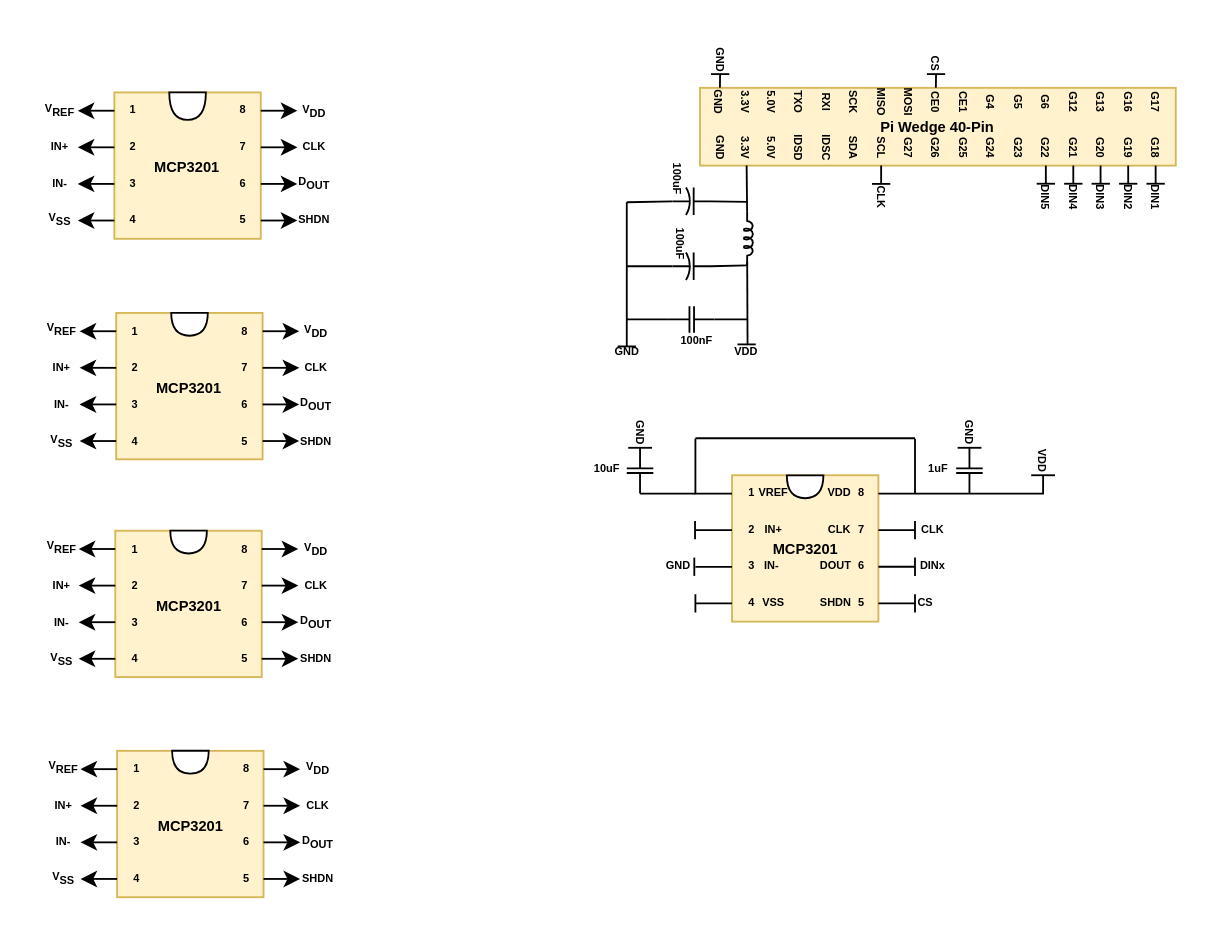
Above: Untitled Diagram.drawio in HunkyMcHunkin/TTT4280 (draw.io), before the change. Source tidied: cells renumbered, new cells numbered last; positions are measured from the earlier drawing's top-left corner, leaving out a move shared by most shapes. Both pictures are drawn from the tidied source at 183%, with x=0, y=0 at pixel (31, 49).
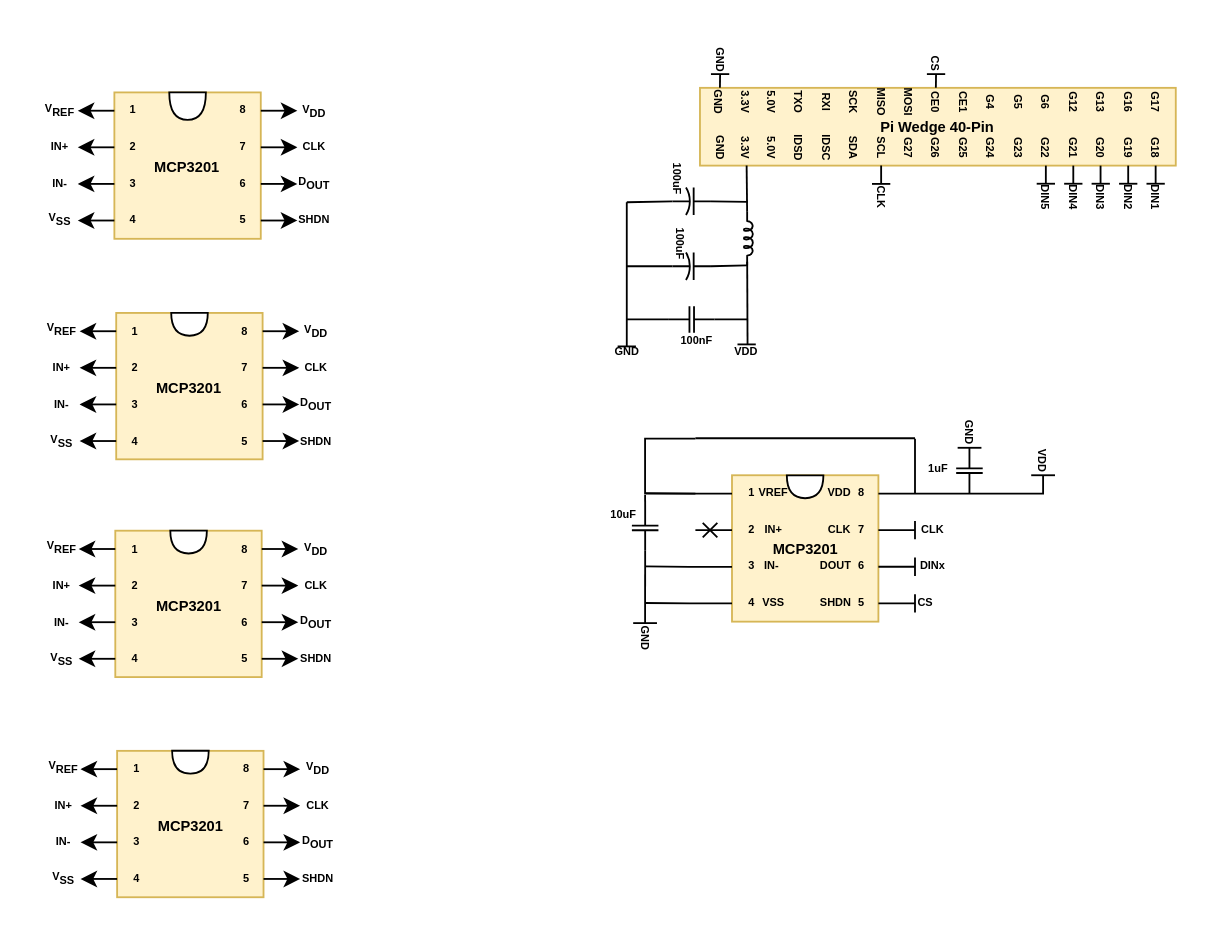
The same page after the edit.

Unchanged cells that the change refers to:
```xml
<mxCell id="198" value="&lt;b&gt;1&lt;/b&gt;" style="text;html=1;align=center;verticalAlign=middle;points=[];fontSize=6;" parent="1" vertex="1">
  <mxGeometry x="382.5" y="237.2" width="20" height="10" as="geometry" />
</mxCell>
<mxCell id="200" value="&lt;b&gt;2&lt;/b&gt;" style="text;html=1;align=center;verticalAlign=middle;points=[];fontSize=6;" parent="1" vertex="1">
  <mxGeometry x="382.5" y="257.2" width="20" height="10" as="geometry" />
</mxCell>
<mxCell id="204" value="&lt;b&gt;4&lt;/b&gt;" style="text;html=1;align=center;verticalAlign=middle;points=[];fontSize=6;" parent="1" vertex="1">
  <mxGeometry x="382.5" y="297.2" width="20" height="10" as="geometry" />
</mxCell>
```

What changed in the source:
```diff
@@
     <mxCell id="186" value="&lt;b&gt;10uF&lt;/b&gt;" style="text;html=1;align=center;verticalAlign=middle;fontSize=6;" parent="1" vertex="1">
-      <mxGeometry x="299" y="223.5" width="30" height="10" as="geometry" />
+      <mxGeometry x="308" y="248.5" width="30" height="10" as="geometry" />
     </mxCell>
@@
     <mxCell id="197" style="edgeStyle=orthogonalEdgeStyle;rounded=0;jettySize=auto;html=1;fontSize=6;endArrow=none;endFill=0;" parent="1" edge="1" source="198">
       <mxGeometry x="332.5" y="253.8" as="geometry">
         <mxPoint x="362.5" y="212.2" as="targetPoint" />
+        <Array as="points">
+          <mxPoint x="335" y="242" />
+          <mxPoint x="335" y="212" />
+        </Array>
       </mxGeometry>
     </mxCell>
@@
-    <mxCell id="199" style="edgeStyle=orthogonalEdgeStyle;rounded=0;jettySize=auto;html=1;fontSize=6;endArrow=none;endFill=0;" parent="1" edge="1" source="200">
+    <mxCell id="199" style="edgeStyle=orthogonalEdgeStyle;rounded=0;jettySize=auto;html=1;fontSize=6;endArrow=cross;endFill=0;" parent="1" edge="1" source="200">
       <mxGeometry x="332.5" y="253.8" as="geometry">
         <mxPoint x="362.5" y="262.2" as="targetPoint" />
       </mxGeometry>
     </mxCell>
@@
     <mxCell id="201" style="edgeStyle=orthogonalEdgeStyle;rounded=0;orthogonalLoop=1;jettySize=auto;html=1;fontSize=6;endArrow=none;endFill=0;" parent="1" edge="1">
       <mxGeometry x="332.5" y="253.8" as="geometry">
         <mxPoint x="382.5" y="282.3" as="sourcePoint" />
-        <mxPoint x="362.5" y="282.2" as="targetPoint" />
+        <mxPoint x="335" y="282" as="targetPoint" />
+        <Array as="points">
+          <mxPoint x="359" y="282" />
+          <mxPoint x="335" y="282" />
+        </Array>
       </mxGeometry>
     </mxCell>
@@
     <mxCell id="203" style="edgeStyle=orthogonalEdgeStyle;rounded=0;jettySize=auto;html=1;fontSize=6;endArrow=none;endFill=0;" parent="1" edge="1" source="204">
       <mxGeometry x="332.5" y="253.8" as="geometry">
-        <mxPoint x="362.5" y="302.2" as="targetPoint" />
+        <mxPoint x="335" y="302" as="targetPoint" />
       </mxGeometry>
     </mxCell>
@@
+    <mxCell id="238" style="edgeStyle=orthogonalEdgeStyle;rounded=0;jettySize=auto;html=1;exitX=0;exitY=0.5;exitDx=0;exitDy=0;exitPerimeter=0;startArrow=none;startFill=0;endArrow=none;endFill=0;fontSize=6;" parent="1" edge="1" source="220">
+      <mxGeometry relative="1" as="geometry">
+        <mxPoint x="335" y="243" as="targetPoint" />
+      </mxGeometry>
+    </mxCell>
+    <mxCell id="239" style="edgeStyle=orthogonalEdgeStyle;rounded=0;jettySize=auto;html=1;exitX=1;exitY=0.5;exitDx=0;exitDy=0;exitPerimeter=0;startArrow=none;startFill=0;endArrow=none;endFill=0;fontSize=6;" parent="1" edge="1" source="220">
+      <mxGeometry relative="1" as="geometry">
+        <mxPoint x="335" y="313" as="targetPoint" />
+      </mxGeometry>
+    </mxCell>
     <mxCell id="220" style="verticalLabelPosition=bottom;shadow=0;dashed=0;align=center;html=1;verticalAlign=top;shape=mxgraph.electrical.capacitors.capacitor_1;fontSize=6;direction=south;" parent="1" vertex="1">
-      <mxGeometry x="325" y="217.2" width="14.5" height="25" as="geometry" />
+      <mxGeometry x="327.8" y="248.5" width="14.5" height="25" as="geometry" />
     </mxCell>
     <mxCell id="221" style="endArrow=none;html=1;fontSize=6;" parent="1" edge="1">
-      <mxGeometry x="320" y="210" as="geometry">
-        <mxPoint x="325.8" y="217.2" as="sourcePoint" />
-        <mxPoint x="338.8" y="217.2" as="targetPoint" />
+      <mxGeometry x="322.8" y="305.8" as="geometry">
+        <mxPoint x="328.5" y="313" as="sourcePoint" />
+        <mxPoint x="341.5" y="313" as="targetPoint" />
       </mxGeometry>
     </mxCell>
-    <mxCell id="222" value="&lt;b&gt;GND&lt;/b&gt;" style="text;html=1;align=center;verticalAlign=middle;fontSize=6;rotation=90;" parent="1" vertex="1">
-      <mxGeometry x="317.5" y="203.2" width="30" height="10" as="geometry" />
-    </mxCell>
-    <mxCell id="223" style="endArrow=none;html=1;fontSize=6;exitX=1;exitY=0.5;exitDx=0;exitDy=0;exitPerimeter=0;" parent="1" edge="1" source="220">
+    <mxCell id="223" style="endArrow=none;html=1;fontSize=6;" parent="1" edge="1">
       <mxGeometry x="320" y="210" as="geometry">
+        <mxPoint x="335" y="242" as="sourcePoint" />
         <mxPoint x="362.5" y="242.2" as="targetPoint" />
       </mxGeometry>
     </mxCell>
@@
-    <mxCell id="227" style="endArrow=none;html=1;fontSize=6;" parent="1" edge="1">
-      <mxGeometry x="320" y="210" as="geometry">
-        <mxPoint x="362.5" y="307.2" as="sourcePoint" />
-        <mxPoint x="362.5" y="297.2" as="targetPoint" />
-      </mxGeometry>
-    </mxCell>
@@
-    <mxCell id="229" style="endArrow=none;html=1;fontSize=6;" parent="1" edge="1">
-      <mxGeometry x="320" y="210" as="geometry">
-        <mxPoint x="362.3" y="267.2" as="sourcePoint" />
-        <mxPoint x="362.3" y="257.2" as="targetPoint" />
-      </mxGeometry>
-    </mxCell>
@@
-    <mxCell id="231" style="endArrow=none;html=1;fontSize=6;" parent="1" edge="1">
-      <mxGeometry x="319.6" y="230" as="geometry">
-        <mxPoint x="361.9" y="287.2" as="sourcePoint" />
-        <mxPoint x="361.9" y="277.2" as="targetPoint" />
-      </mxGeometry>
-    </mxCell>
-    <mxCell id="232" value="&lt;b&gt;GND&lt;/b&gt;" style="text;html=1;align=center;verticalAlign=middle;fontSize=6;" parent="1" vertex="1">
-      <mxGeometry x="338" y="277.2" width="30" height="10" as="geometry" />
+    <mxCell id="232" value="&lt;b&gt;GND&lt;/b&gt;" style="text;html=1;align=center;verticalAlign=middle;fontSize=6;rotation=90;" parent="1" vertex="1">
+      <mxGeometry x="320" y="316" width="30" height="10" as="geometry" />
     </mxCell>
```
